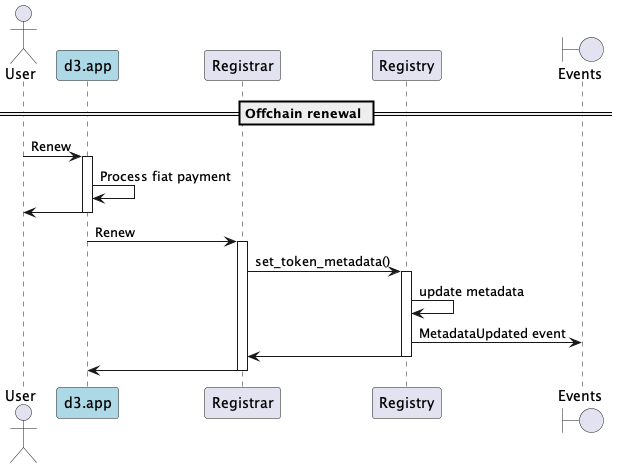
Before: docs/sequence-diagrams/puml/offchain-renewal.png, a diagram exported from PlantUML (make-software/cspr-name-contracts).
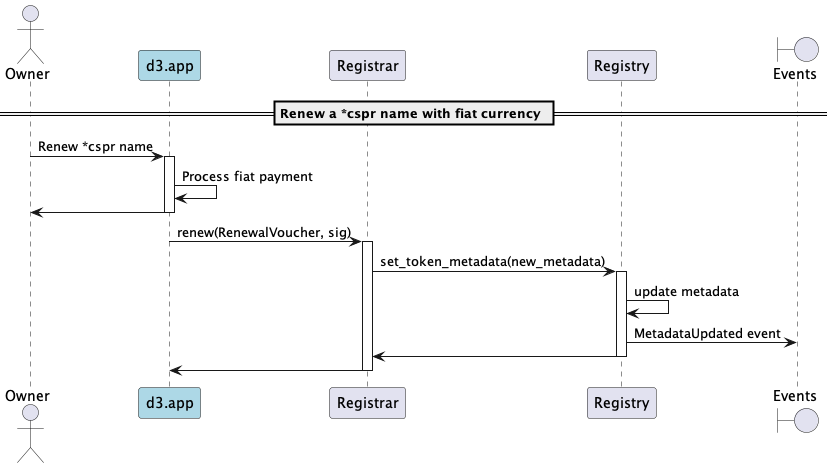
The same file after the commit.

Diff of the diagram source:
```diff
@@ -1,22 +1,22 @@
 @startuml
 
-actor User
+actor Owner
 participant "d3.app" as d3 #lightblue
 participant "Registrar"
 participant "Registry"
 boundary "Events"
 
-== Offchain renewal ==
+== Renew a *cspr name with fiat currency ==
 
-User -> d3: Renew
+Owner -> d3: Renew *cspr name
 activate d3
 d3 -> d3: Process fiat payment
-d3 -> User
+d3 -> Owner
 deactivate d3
 
-d3 -> Registrar: Renew
+d3 -> Registrar: renew(RenewalVoucher, sig)
 activate Registrar
-Registrar -> Registry: set_token_metadata()
+Registrar -> Registry: set_token_metadata(new_metadata)
 activate Registry
 Registry -> Registry: update metadata
 Registry -> "Events": MetadataUpdated event
```
